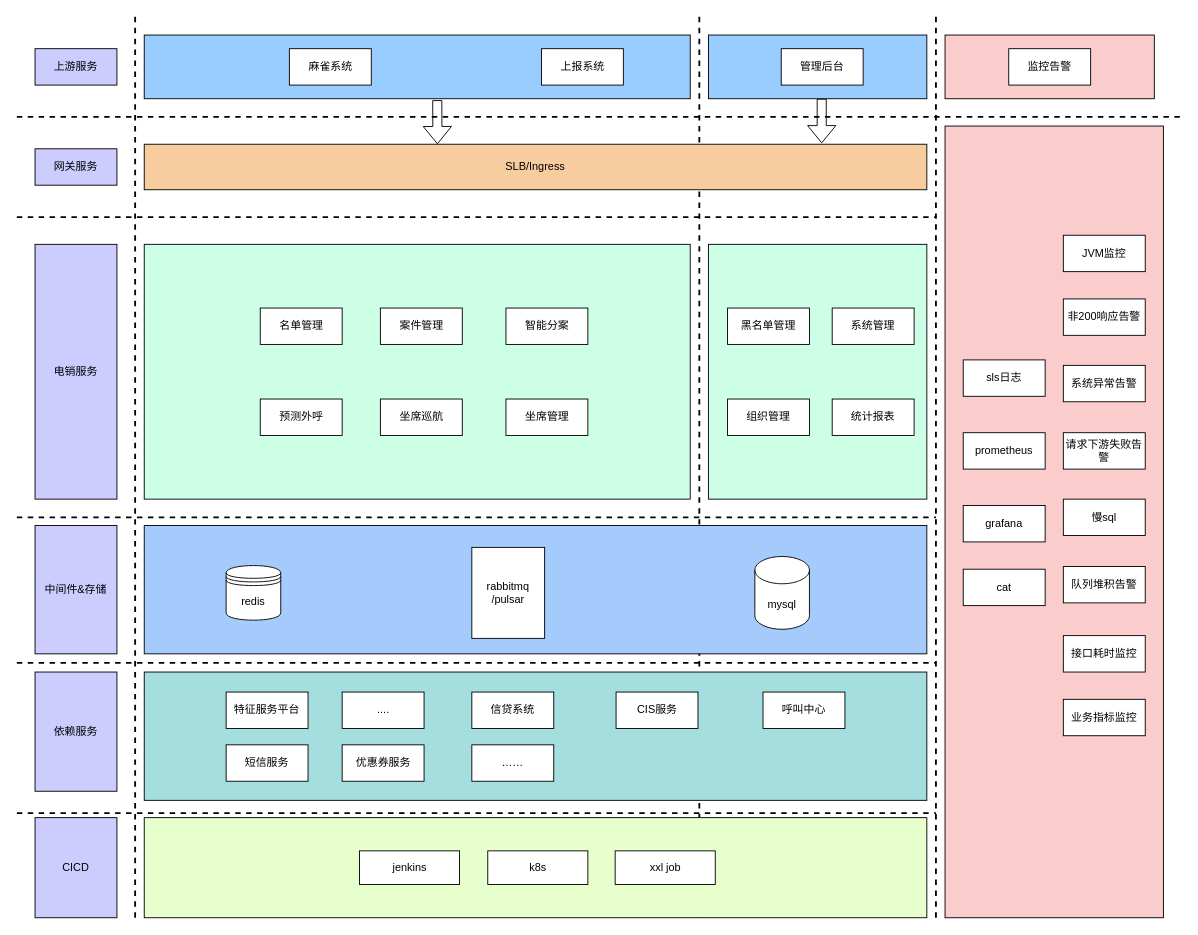
yuanlj-tea/picgo keeps this draw.io diagram as 电销v1系统架构图.drawio. Above is the earlier version. Source tidied: cells renumbered, new cells numbered last; positions are measured from the earlier drawing's top-left corner, leaving out a move shared by most shapes. Both pictures are drawn from the tidied source at 91%, with x=0, y=0 at pixel (16, 16).
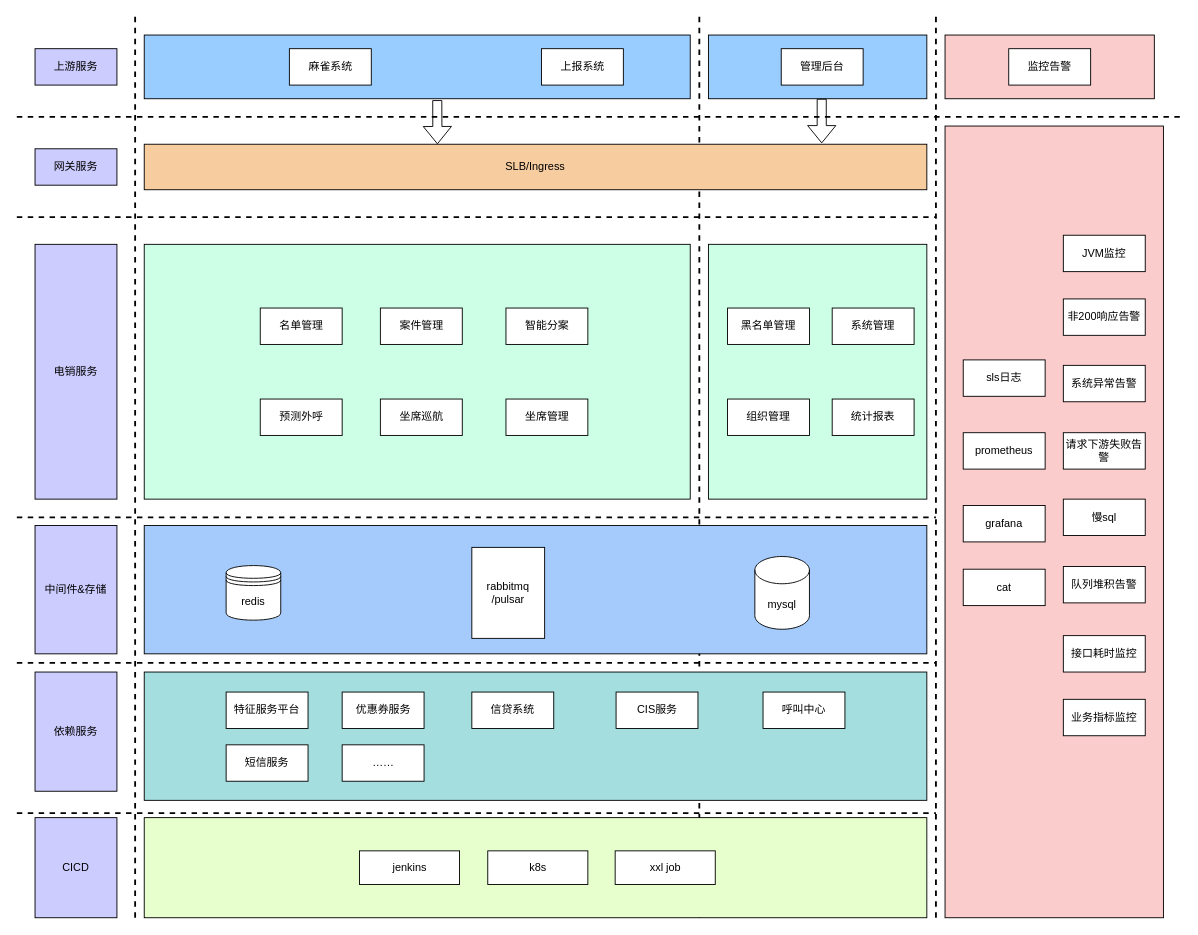
The same page after the edit.

Commit message:
更新电销v1系统架构图.drawio

The edit, as a diff of the source:
```diff
@@
-    <mxCell id="58" value="...." style="rounded=0;whiteSpace=wrap;html=1;" parent="1" vertex="1">
-      <mxGeometry x="357.5" y="742" width="90" height="40" as="geometry" />
-    </mxCell>
@@
     <mxCell id="63" value="优惠券服务" style="rounded=0;whiteSpace=wrap;html=1;" parent="1" vertex="1">
-      <mxGeometry x="357.5" y="800" width="90" height="40" as="geometry" />
+      <mxGeometry x="357.5" y="742" width="90" height="40" as="geometry" />
     </mxCell>
     <mxCell id="64" value="……" style="rounded=0;whiteSpace=wrap;html=1;" parent="1" vertex="1">
-      <mxGeometry x="500" y="800" width="90" height="40" as="geometry" />
+      <mxGeometry x="357.5" y="800" width="90" height="40" as="geometry" />
     </mxCell>
```
